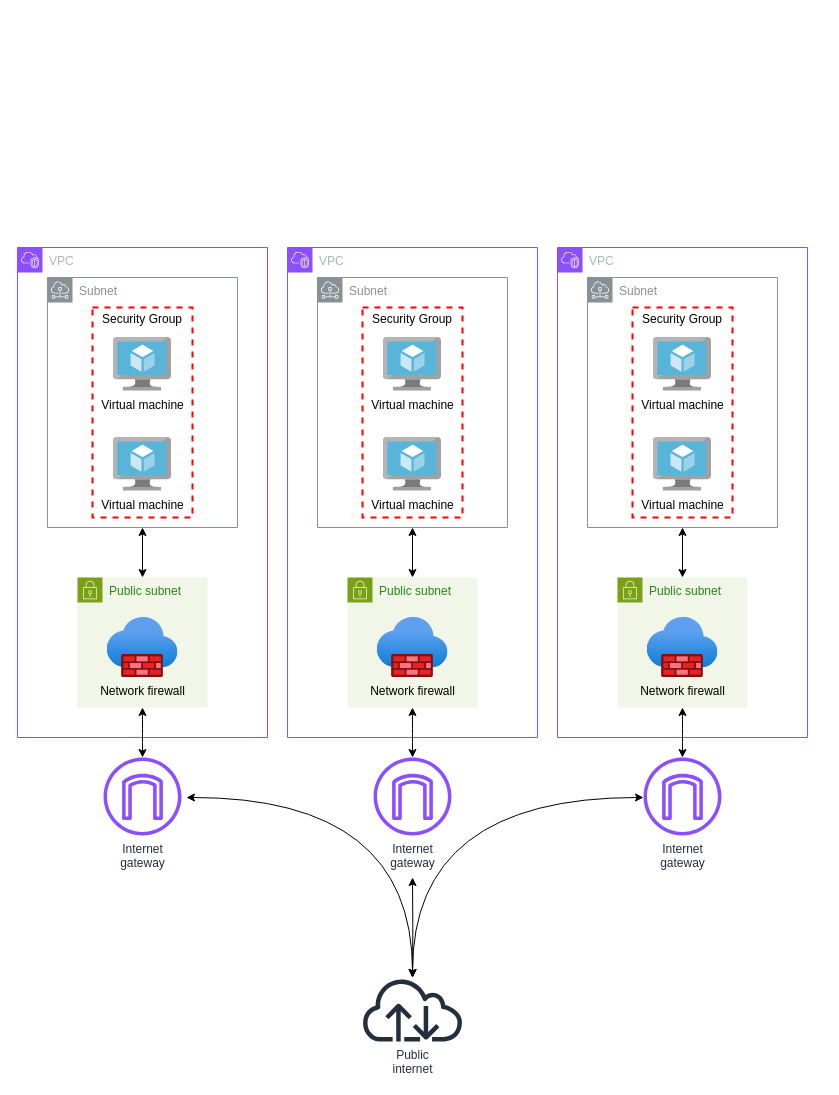
This is assets/images/portfolio/hubandspoke/raw/multiple-network-firewalls.drawio from gmarti-web/gmarti-web.github.io, a draw.io file, before an edit. Source tidied: cells renumbered, new cells numbered last; positions are measured from the earlier drawing's top-left corner, leaving out a move shared by most shapes. Both pictures are drawn from the tidied source at 100%, with x=0, y=0 at pixel (17, 247).
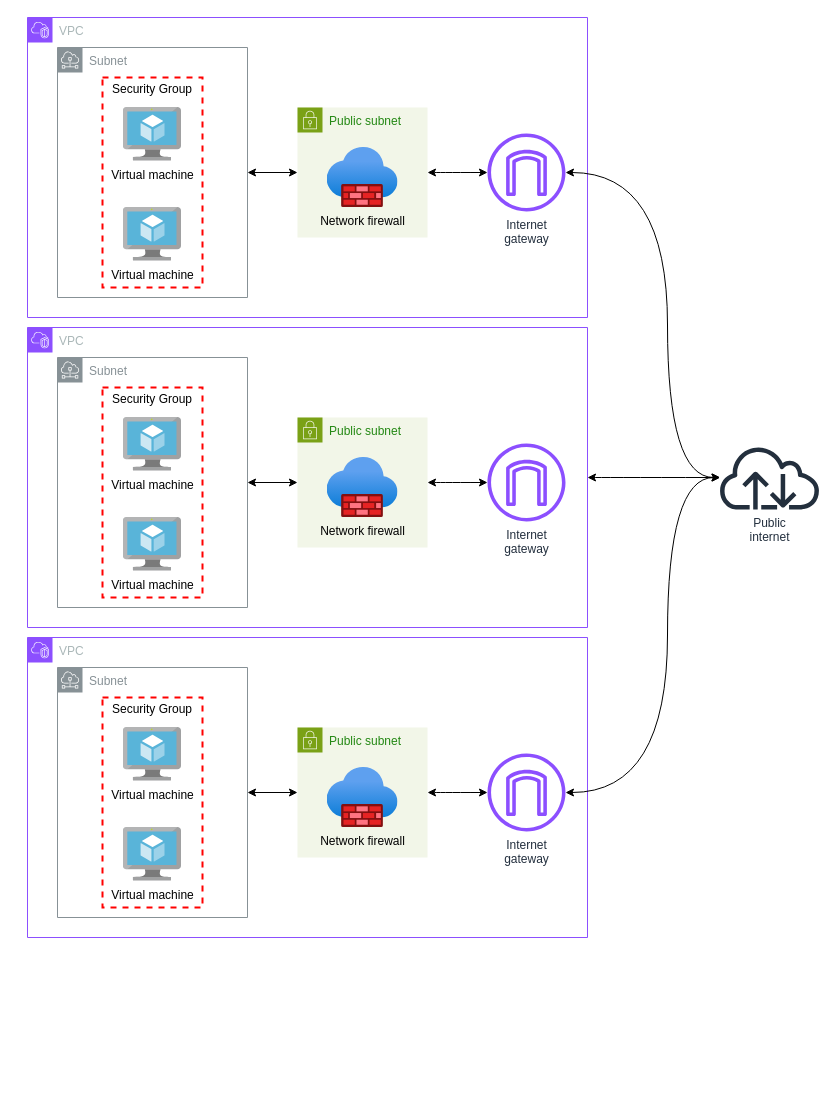
After the change.

The edit, as a diff of the source:
```diff
@@
+    <mxCell id="10" value="&lt;div&gt;Public&lt;/div&gt;&lt;div&gt;internet&lt;/div&gt;" style="sketch=0;outlineConnect=0;fontColor=#232F3E;gradientColor=none;fillColor=#232F3D;strokeColor=none;dashed=0;verticalLabelPosition=bottom;verticalAlign=top;align=center;html=1;fontSize=12;fontStyle=0;shape=mxgraph.aws4.internet;" parent="1" vertex="1">
+      <mxGeometry x="700" y="198" width="104" height="64" as="geometry" />
+    </mxCell>
     <mxCell id="2" value="VPC" style="gradientColor=none;html=1;whiteSpace=wrap;fontSize=12;fontStyle=0;shape=mxgraph.aws4.group;grIcon=mxgraph.aws4.group_vpc2;strokeColor=#8C4FFF;fillColor=none;verticalAlign=top;align=left;spacingLeft=30;fontColor=#AAB7B8;dashed=0;" parent="1" vertex="1">
-      <mxGeometry width="250" height="490" as="geometry" />
+      <mxGeometry x="10" y="-230" width="560" height="300" as="geometry" />
     </mxCell>
     <mxCell id="3" value="Public subnet" style="points=[[0,0],[0.25,0],[0.5,0],[0.75,0],[1,0],[1,0.25],[1,0.5],[1,0.75],[1,1],[0.75,1],[0.5,1],[0.25,1],[0,1],[0,0.75],[0,0.5],[0,0.25]];outlineConnect=0;gradientColor=none;html=1;whiteSpace=wrap;fontSize=12;fontStyle=0;shape=mxgraph.aws4.group;grIcon=mxgraph.aws4.group_security_group;grStroke=0;strokeColor=#7AA116;fillColor=#F2F6E8;verticalAlign=top;align=left;spacingLeft=30;fontColor=#248814;dashed=0;" parent="2" vertex="1">
-      <mxGeometry x="60" y="330" width="130" height="130" as="geometry" />
+      <mxGeometry x="270" y="90" width="130" height="130" as="geometry" />
     </mxCell>
@@
-    <mxCell id="10" value="&lt;div&gt;Public&lt;/div&gt;&lt;div&gt;internet&lt;/div&gt;" style="sketch=0;outlineConnect=0;fontColor=#232F3E;gradientColor=none;fillColor=#232F3D;strokeColor=none;dashed=0;verticalLabelPosition=bottom;verticalAlign=top;align=center;html=1;fontSize=12;fontStyle=0;shape=mxgraph.aws4.internet;" parent="1" vertex="1">
-      <mxGeometry x="343" y="730" width="104" height="64" as="geometry" />
-    </mxCell>
-    <mxCell id="11" style="edgeStyle=orthogonalEdgeStyle;rounded=0;jettySize=auto;html=1;startArrow=classic;startFill=1;curved=1;" parent="1" edge="1" target="10">
-      <mxGeometry relative="1" as="geometry">
-        <mxPoint x="169" y="550" as="sourcePoint" />
-        <Array as="points">
-          <mxPoint x="395" y="550" />
-        </Array>
-      </mxGeometry>
-    </mxCell>
-    <mxCell id="12" value="VPC" style="gradientColor=none;html=1;whiteSpace=wrap;fontSize=12;fontStyle=0;shape=mxgraph.aws4.group;grIcon=mxgraph.aws4.group_vpc2;strokeColor=#8C4FFF;fillColor=none;verticalAlign=top;align=left;spacingLeft=30;fontColor=#AAB7B8;dashed=0;" parent="1" vertex="1">
-      <mxGeometry x="270" width="250" height="490" as="geometry" />
-    </mxCell>
-    <mxCell id="13" value="Public subnet" style="points=[[0,0],[0.25,0],[0.5,0],[0.75,0],[1,0],[1,0.25],[1,0.5],[1,0.75],[1,1],[0.75,1],[0.5,1],[0.25,1],[0,1],[0,0.75],[0,0.5],[0,0.25]];outlineConnect=0;gradientColor=none;html=1;whiteSpace=wrap;fontSize=12;fontStyle=0;shape=mxgraph.aws4.group;grIcon=mxgraph.aws4.group_security_group;grStroke=0;strokeColor=#7AA116;fillColor=#F2F6E8;verticalAlign=top;align=left;spacingLeft=30;fontColor=#248814;dashed=0;" parent="12" vertex="1">
-      <mxGeometry x="60" y="330" width="130" height="130" as="geometry" />
-    </mxCell>
-    <mxCell id="14" value="&lt;span style=&quot;&quot;&gt;Network firewall&lt;/span&gt;" style="image;html=1;align=center;fontSize=12;image=img/lib/azure2/networking/Firewalls.svg;labelBackgroundColor=light-dark(#f2f6e8, #ededed);" parent="13" vertex="1">
-      <mxGeometry x="29.5" y="40" width="71" height="60" as="geometry" />
-    </mxCell>
-    <mxCell id="15" value="Subnet" style="sketch=0;outlineConnect=0;gradientColor=none;html=1;whiteSpace=wrap;fontSize=12;fontStyle=0;shape=mxgraph.aws4.group;grIcon=mxgraph.aws4.group_subnet;strokeColor=#879196;fillColor=none;verticalAlign=top;align=left;spacingLeft=30;fontColor=#879196;dashed=0;" parent="12" vertex="1">
-      <mxGeometry x="30" y="30" width="190" height="250" as="geometry" />
-    </mxCell>
-    <mxCell id="16" style="edgeStyle=orthogonalEdgeStyle;rounded=0;jettySize=auto;html=1;startArrow=classic;startFill=1;" parent="12" edge="1" source="13" target="15">
-      <mxGeometry relative="1" as="geometry" />
-    </mxCell>
-    <mxCell id="17" value="Security Group" style="fontStyle=0;verticalAlign=top;align=center;spacingTop=-2;fillColor=none;rounded=0;whiteSpace=wrap;html=1;strokeColor=#FF0000;strokeWidth=2;dashed=1;" parent="12" vertex="1">
-      <mxGeometry x="75" y="60" width="100" height="210" as="geometry" />
-    </mxCell>
-    <mxCell id="18" value="&lt;div&gt;Virtual machine&lt;/div&gt;" style="image;sketch=0;html=1;align=center;fontSize=12;image=img/lib/mscae/Virtual_Machine.svg;" parent="12" vertex="1">
-      <mxGeometry x="95.9" y="90" width="58.1" height="53.5" as="geometry" />
-    </mxCell>
-    <mxCell id="19" value="&lt;div&gt;Virtual machine&lt;/div&gt;" style="image;sketch=0;html=1;align=center;fontSize=12;image=img/lib/mscae/Virtual_Machine.svg;" parent="12" vertex="1">
-      <mxGeometry x="95.9" y="190" width="58.1" height="53.5" as="geometry" />
-    </mxCell>
-    <mxCell id="20" value="VPC" style="gradientColor=none;html=1;whiteSpace=wrap;fontSize=12;fontStyle=0;shape=mxgraph.aws4.group;grIcon=mxgraph.aws4.group_vpc2;strokeColor=#8C4FFF;fillColor=none;verticalAlign=top;align=left;spacingLeft=30;fontColor=#AAB7B8;dashed=0;" parent="1" vertex="1">
-      <mxGeometry x="540" width="250" height="490" as="geometry" />
-    </mxCell>
-    <mxCell id="21" value="Public subnet" style="points=[[0,0],[0.25,0],[0.5,0],[0.75,0],[1,0],[1,0.25],[1,0.5],[1,0.75],[1,1],[0.75,1],[0.5,1],[0.25,1],[0,1],[0,0.75],[0,0.5],[0,0.25]];outlineConnect=0;gradientColor=none;html=1;whiteSpace=wrap;fontSize=12;fontStyle=0;shape=mxgraph.aws4.group;grIcon=mxgraph.aws4.group_security_group;grStroke=0;strokeColor=#7AA116;fillColor=#F2F6E8;verticalAlign=top;align=left;spacingLeft=30;fontColor=#248814;dashed=0;" parent="20" vertex="1">
-      <mxGeometry x="60" y="330" width="130" height="130" as="geometry" />
-    </mxCell>
-    <mxCell id="22" value="&lt;span style=&quot;&quot;&gt;Network firewall&lt;/span&gt;" style="image;html=1;align=center;fontSize=12;image=img/lib/azure2/networking/Firewalls.svg;labelBackgroundColor=light-dark(#f2f6e8, #ededed);" parent="21" vertex="1">
-      <mxGeometry x="29.5" y="40" width="71" height="60" as="geometry" />
-    </mxCell>
-    <mxCell id="23" value="Subnet" style="sketch=0;outlineConnect=0;gradientColor=none;html=1;whiteSpace=wrap;fontSize=12;fontStyle=0;shape=mxgraph.aws4.group;grIcon=mxgraph.aws4.group_subnet;strokeColor=#879196;fillColor=none;verticalAlign=top;align=left;spacingLeft=30;fontColor=#879196;dashed=0;" parent="20" vertex="1">
-      <mxGeometry x="30" y="30" width="190" height="250" as="geometry" />
-    </mxCell>
-    <mxCell id="24" style="edgeStyle=orthogonalEdgeStyle;rounded=0;jettySize=auto;html=1;startArrow=classic;startFill=1;" parent="20" edge="1" source="21" target="23">
-      <mxGeometry relative="1" as="geometry" />
-    </mxCell>
-    <mxCell id="25" value="Security Group" style="fontStyle=0;verticalAlign=top;align=center;spacingTop=-2;fillColor=none;rounded=0;whiteSpace=wrap;html=1;strokeColor=#FF0000;strokeWidth=2;dashed=1;" parent="20" vertex="1">
-      <mxGeometry x="75" y="60" width="100" height="210" as="geometry" />
-    </mxCell>
-    <mxCell id="26" value="&lt;div&gt;Virtual machine&lt;/div&gt;" style="image;sketch=0;html=1;align=center;fontSize=12;image=img/lib/mscae/Virtual_Machine.svg;" parent="20" vertex="1">
-      <mxGeometry x="95.9" y="90" width="58.1" height="53.5" as="geometry" />
-    </mxCell>
-    <mxCell id="27" value="&lt;div&gt;Virtual machine&lt;/div&gt;" style="image;sketch=0;html=1;align=center;fontSize=12;image=img/lib/mscae/Virtual_Machine.svg;" parent="20" vertex="1">
-      <mxGeometry x="95.9" y="190" width="58.1" height="53.5" as="geometry" />
-    </mxCell>
-    <mxCell id="28" style="edgeStyle=orthogonalEdgeStyle;rounded=0;jettySize=auto;html=1;startArrow=classic;startFill=1;strokeColor=default;curved=1;" parent="1" edge="1" target="10">
-      <mxGeometry relative="1" as="geometry">
-        <mxPoint x="395" y="630" as="sourcePoint" />
-      </mxGeometry>
-    </mxCell>
-    <mxCell id="29" style="edgeStyle=orthogonalEdgeStyle;rounded=0;jettySize=auto;html=1;startArrow=classic;startFill=1;curved=1;" parent="1" edge="1" source="35" target="10">
-      <mxGeometry relative="1" as="geometry">
-        <Array as="points">
-          <mxPoint x="395" y="550" />
-        </Array>
-      </mxGeometry>
-    </mxCell>
+    <mxCell id="31" value="&lt;div&gt;Internet&lt;/div&gt;&lt;div&gt;gateway&lt;/div&gt;" style="sketch=0;outlineConnect=0;fontColor=#232F3E;gradientColor=none;fillColor=#8C4FFF;strokeColor=none;dashed=0;verticalLabelPosition=bottom;verticalAlign=top;align=center;html=1;fontSize=12;fontStyle=0;shape=mxgraph.aws4.internet_gateway;" parent="2" vertex="1">
+      <mxGeometry x="460" y="116" width="78" height="78" as="geometry" />
+    </mxCell>
-    <mxCell id="30" style="edgeStyle=orthogonalEdgeStyle;rounded=0;jettySize=auto;html=1;startArrow=classic;startFill=1;curved=1;" parent="1" edge="1" source="3" target="31">
+    <mxCell id="30" style="edgeStyle=orthogonalEdgeStyle;rounded=0;jettySize=auto;html=1;startArrow=classic;startFill=1;curved=1;" parent="2" edge="1" source="3" target="31">
       <mxGeometry relative="1" as="geometry" />
     </mxCell>
-    <mxCell id="31" value="&lt;div&gt;Internet&lt;/div&gt;&lt;div&gt;gateway&lt;/div&gt;" style="sketch=0;outlineConnect=0;fontColor=#232F3E;gradientColor=none;fillColor=#8C4FFF;strokeColor=none;dashed=0;verticalLabelPosition=bottom;verticalAlign=top;align=center;html=1;fontSize=12;fontStyle=0;shape=mxgraph.aws4.internet_gateway;" parent="1" vertex="1">
-      <mxGeometry x="86" y="510" width="78" height="78" as="geometry" />
-    </mxCell>
-    <mxCell id="32" style="edgeStyle=orthogonalEdgeStyle;rounded=0;jettySize=auto;html=1;startArrow=classic;startFill=1;strokeColor=default;curved=1;" parent="1" edge="1" source="13" target="33">
-      <mxGeometry relative="1" as="geometry" />
-    </mxCell>
-    <mxCell id="33" value="&lt;div&gt;Internet&lt;/div&gt;&lt;div&gt;gateway&lt;/div&gt;" style="sketch=0;outlineConnect=0;fontColor=#232F3E;gradientColor=none;fillColor=#8C4FFF;strokeColor=none;dashed=0;verticalLabelPosition=bottom;verticalAlign=top;align=center;html=1;fontSize=12;fontStyle=0;shape=mxgraph.aws4.internet_gateway;" parent="1" vertex="1">
-      <mxGeometry x="356" y="510" width="78" height="78" as="geometry" />
-    </mxCell>
-    <mxCell id="34" style="edgeStyle=orthogonalEdgeStyle;rounded=0;jettySize=auto;html=1;startArrow=classic;startFill=1;curved=1;" parent="1" edge="1" source="21" target="35">
-      <mxGeometry relative="1" as="geometry">
-        <Array as="points">
-          <mxPoint x="665" y="550" />
-        </Array>
-      </mxGeometry>
-    </mxCell>
-    <mxCell id="35" value="&lt;div&gt;Internet&lt;/div&gt;&lt;div&gt;gateway&lt;/div&gt;" style="sketch=0;outlineConnect=0;fontColor=#232F3E;gradientColor=none;fillColor=#8C4FFF;strokeColor=none;dashed=0;verticalLabelPosition=bottom;verticalAlign=top;align=center;html=1;fontSize=12;fontStyle=0;shape=mxgraph.aws4.internet_gateway;" parent="1" vertex="1">
-      <mxGeometry x="626" y="510" width="78" height="78" as="geometry" />
-    </mxCell>
+    <mxCell id="36" style="edgeStyle=orthogonalEdgeStyle;rounded=0;jettySize=auto;html=1;curved=1;startArrow=classic;startFill=1;" parent="1" edge="1" source="37" target="10">
+      <mxGeometry relative="1" as="geometry" />
+    </mxCell>
+    <mxCell id="37" value="VPC" style="points=[[0,0],[0.25,0],[0.5,0],[0.75,0],[1,0],[1,0.25],[1,0.5],[1,0.75],[1,1],[0.75,1],[0.5,1],[0.25,1],[0,1],[0,0.75],[0,0.5],[0,0.25]];outlineConnect=0;gradientColor=none;html=1;whiteSpace=wrap;fontSize=12;fontStyle=0;shape=mxgraph.aws4.group;grIcon=mxgraph.aws4.group_vpc2;strokeColor=#8C4FFF;fillColor=none;verticalAlign=top;align=left;spacingLeft=30;fontColor=#AAB7B8;dashed=0;" parent="1" vertex="1">
+      <mxGeometry x="10" y="80" width="560" height="300" as="geometry" />
+    </mxCell>
+    <mxCell id="38" value="Public subnet" style="points=[[0,0],[0.25,0],[0.5,0],[0.75,0],[1,0],[1,0.25],[1,0.5],[1,0.75],[1,1],[0.75,1],[0.5,1],[0.25,1],[0,1],[0,0.75],[0,0.5],[0,0.25]];outlineConnect=0;gradientColor=none;html=1;whiteSpace=wrap;fontSize=12;fontStyle=0;shape=mxgraph.aws4.group;grIcon=mxgraph.aws4.group_security_group;grStroke=0;strokeColor=#7AA116;fillColor=#F2F6E8;verticalAlign=top;align=left;spacingLeft=30;fontColor=#248814;dashed=0;" parent="37" vertex="1">
+      <mxGeometry x="270" y="90" width="130" height="130" as="geometry" />
+    </mxCell>
+    <mxCell id="39" value="&lt;span style=&quot;&quot;&gt;Network firewall&lt;/span&gt;" style="image;html=1;align=center;fontSize=12;image=img/lib/azure2/networking/Firewalls.svg;labelBackgroundColor=light-dark(#f2f6e8, #ededed);" parent="38" vertex="1">
+      <mxGeometry x="29.5" y="40" width="71" height="60" as="geometry" />
+    </mxCell>
+    <mxCell id="40" value="Subnet" style="sketch=0;outlineConnect=0;gradientColor=none;html=1;whiteSpace=wrap;fontSize=12;fontStyle=0;shape=mxgraph.aws4.group;grIcon=mxgraph.aws4.group_subnet;strokeColor=#879196;fillColor=none;verticalAlign=top;align=left;spacingLeft=30;fontColor=#879196;dashed=0;" parent="37" vertex="1">
+      <mxGeometry x="30" y="30" width="190" height="250" as="geometry" />
+    </mxCell>
+    <mxCell id="41" style="edgeStyle=orthogonalEdgeStyle;rounded=0;jettySize=auto;html=1;startArrow=classic;startFill=1;" parent="37" edge="1" source="38" target="40">
+      <mxGeometry relative="1" as="geometry" />
+    </mxCell>
+    <mxCell id="42" value="Security Group" style="fontStyle=0;verticalAlign=top;align=center;spacingTop=-2;fillColor=none;rounded=0;whiteSpace=wrap;html=1;strokeColor=#FF0000;strokeWidth=2;dashed=1;" parent="37" vertex="1">
+      <mxGeometry x="75" y="60" width="100" height="210" as="geometry" />
+    </mxCell>
+    <mxCell id="43" value="&lt;div&gt;Virtual machine&lt;/div&gt;" style="image;sketch=0;html=1;align=center;fontSize=12;image=img/lib/mscae/Virtual_Machine.svg;" parent="37" vertex="1">
+      <mxGeometry x="95.9" y="90" width="58.1" height="53.5" as="geometry" />
+    </mxCell>
+    <mxCell id="44" value="&lt;div&gt;Virtual machine&lt;/div&gt;" style="image;sketch=0;html=1;align=center;fontSize=12;image=img/lib/mscae/Virtual_Machine.svg;" parent="37" vertex="1">
+      <mxGeometry x="95.9" y="190" width="58.1" height="53.5" as="geometry" />
+    </mxCell>
+    <mxCell id="45" value="&lt;div&gt;Internet&lt;/div&gt;&lt;div&gt;gateway&lt;/div&gt;" style="sketch=0;outlineConnect=0;fontColor=#232F3E;gradientColor=none;fillColor=#8C4FFF;strokeColor=none;dashed=0;verticalLabelPosition=bottom;verticalAlign=top;align=center;html=1;fontSize=12;fontStyle=0;shape=mxgraph.aws4.internet_gateway;" parent="37" vertex="1">
+      <mxGeometry x="460" y="116" width="78" height="78" as="geometry" />
+    </mxCell>
+    <mxCell id="46" style="edgeStyle=orthogonalEdgeStyle;rounded=0;jettySize=auto;html=1;startArrow=classic;startFill=1;curved=1;" parent="37" edge="1" source="38" target="45">
+      <mxGeometry relative="1" as="geometry" />
+    </mxCell>
+    <mxCell id="47" value="VPC" style="gradientColor=none;html=1;whiteSpace=wrap;fontSize=12;fontStyle=0;shape=mxgraph.aws4.group;grIcon=mxgraph.aws4.group_vpc2;strokeColor=#8C4FFF;fillColor=none;verticalAlign=top;align=left;spacingLeft=30;fontColor=#AAB7B8;dashed=0;" parent="1" vertex="1">
+      <mxGeometry x="10" y="390" width="560" height="300" as="geometry" />
+    </mxCell>
+    <mxCell id="48" value="Public subnet" style="points=[[0,0],[0.25,0],[0.5,0],[0.75,0],[1,0],[1,0.25],[1,0.5],[1,0.75],[1,1],[0.75,1],[0.5,1],[0.25,1],[0,1],[0,0.75],[0,0.5],[0,0.25]];outlineConnect=0;gradientColor=none;html=1;whiteSpace=wrap;fontSize=12;fontStyle=0;shape=mxgraph.aws4.group;grIcon=mxgraph.aws4.group_security_group;grStroke=0;strokeColor=#7AA116;fillColor=#F2F6E8;verticalAlign=top;align=left;spacingLeft=30;fontColor=#248814;dashed=0;" parent="47" vertex="1">
+      <mxGeometry x="270" y="90" width="130" height="130" as="geometry" />
+    </mxCell>
+    <mxCell id="49" value="&lt;span style=&quot;&quot;&gt;Network firewall&lt;/span&gt;" style="image;html=1;align=center;fontSize=12;image=img/lib/azure2/networking/Firewalls.svg;labelBackgroundColor=light-dark(#f2f6e8, #ededed);" parent="48" vertex="1">
+      <mxGeometry x="29.5" y="40" width="71" height="60" as="geometry" />
+    </mxCell>
+    <mxCell id="50" value="Subnet" style="sketch=0;outlineConnect=0;gradientColor=none;html=1;whiteSpace=wrap;fontSize=12;fontStyle=0;shape=mxgraph.aws4.group;grIcon=mxgraph.aws4.group_subnet;strokeColor=#879196;fillColor=none;verticalAlign=top;align=left;spacingLeft=30;fontColor=#879196;dashed=0;" parent="47" vertex="1">
+      <mxGeometry x="30" y="30" width="190" height="250" as="geometry" />
+    </mxCell>
+    <mxCell id="51" style="edgeStyle=orthogonalEdgeStyle;rounded=0;jettySize=auto;html=1;startArrow=classic;startFill=1;" parent="47" edge="1" source="48" target="50">
+      <mxGeometry relative="1" as="geometry" />
+    </mxCell>
+    <mxCell id="52" value="Security Group" style="fontStyle=0;verticalAlign=top;align=center;spacingTop=-2;fillColor=none;rounded=0;whiteSpace=wrap;html=1;strokeColor=#FF0000;strokeWidth=2;dashed=1;" parent="47" vertex="1">
+      <mxGeometry x="75" y="60" width="100" height="210" as="geometry" />
+    </mxCell>
+    <mxCell id="53" value="&lt;div&gt;Virtual machine&lt;/div&gt;" style="image;sketch=0;html=1;align=center;fontSize=12;image=img/lib/mscae/Virtual_Machine.svg;" parent="47" vertex="1">
+      <mxGeometry x="95.9" y="90" width="58.1" height="53.5" as="geometry" />
+    </mxCell>
+    <mxCell id="54" value="&lt;div&gt;Virtual machine&lt;/div&gt;" style="image;sketch=0;html=1;align=center;fontSize=12;image=img/lib/mscae/Virtual_Machine.svg;" parent="47" vertex="1">
+      <mxGeometry x="95.9" y="190" width="58.1" height="53.5" as="geometry" />
+    </mxCell>
+    <mxCell id="55" value="&lt;div&gt;Internet&lt;/div&gt;&lt;div&gt;gateway&lt;/div&gt;" style="sketch=0;outlineConnect=0;fontColor=#232F3E;gradientColor=none;fillColor=#8C4FFF;strokeColor=none;dashed=0;verticalLabelPosition=bottom;verticalAlign=top;align=center;html=1;fontSize=12;fontStyle=0;shape=mxgraph.aws4.internet_gateway;" parent="47" vertex="1">
+      <mxGeometry x="460" y="116" width="78" height="78" as="geometry" />
+    </mxCell>
+    <mxCell id="56" style="edgeStyle=orthogonalEdgeStyle;rounded=0;jettySize=auto;html=1;startArrow=classic;startFill=1;curved=1;" parent="47" edge="1" source="48" target="55">
+      <mxGeometry relative="1" as="geometry" />
+    </mxCell>
+    <mxCell id="57" style="edgeStyle=orthogonalEdgeStyle;rounded=0;jettySize=auto;html=1;curved=1;startArrow=classic;startFill=1;" parent="1" edge="1" source="31" target="10">
+      <mxGeometry relative="1" as="geometry">
+        <Array as="points">
+          <mxPoint x="650" y="-75" />
+          <mxPoint x="650" y="230" />
+        </Array>
+      </mxGeometry>
+    </mxCell>
+    <mxCell id="58" style="edgeStyle=orthogonalEdgeStyle;rounded=0;jettySize=auto;html=1;curved=1;startArrow=classic;startFill=1;" parent="1" edge="1" source="55" target="10">
+      <mxGeometry relative="1" as="geometry">
+        <Array as="points">
+          <mxPoint x="650" y="545" />
+          <mxPoint x="650" y="230" />
+        </Array>
+      </mxGeometry>
+    </mxCell>
```
